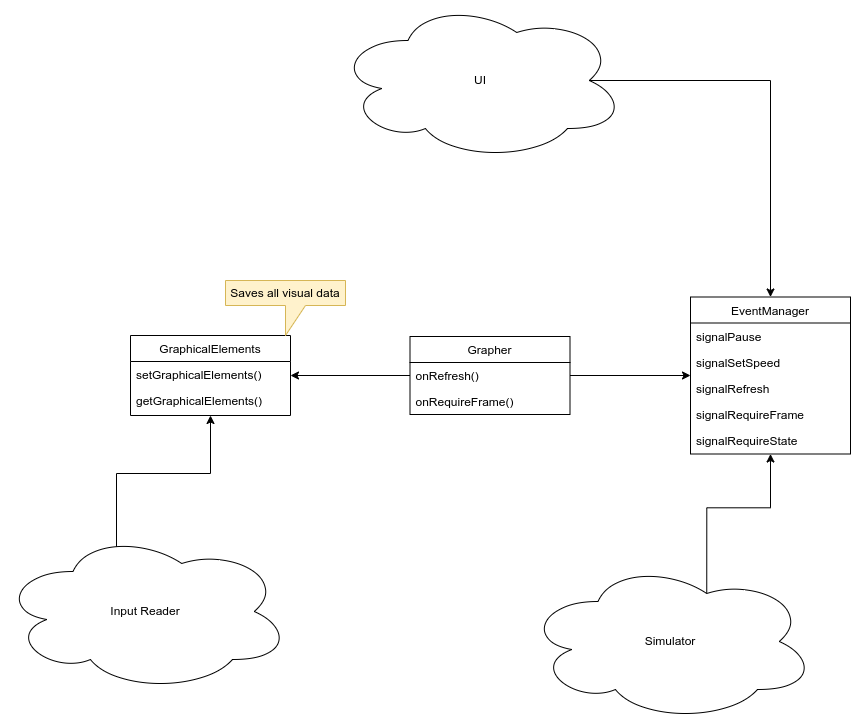
The draw.io diagram design/diagrams/class/grapher class diagram.png in EmmanuelMess/ConstraintBasedSimulator, before a commit. Source tidied: cells renumbered, new cells last; positions are measured from the earlier drawing's top-left corner, leaving out a move shared by most shapes.
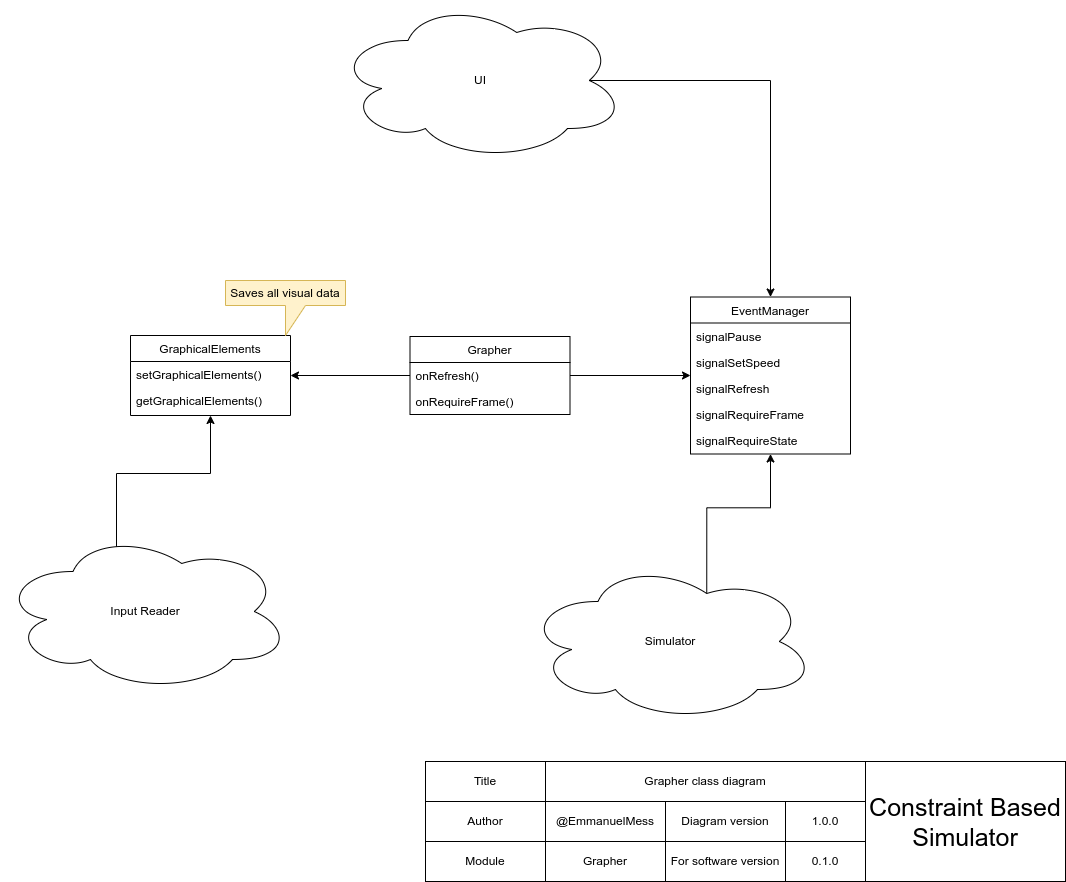
After the commit.

Diff of the diagram source:
```diff
@@ -65,5 +65,38 @@
     <mxCell id="22" value="Saves all visual data" style="shape=callout;whiteSpace=wrap;html=1;perimeter=calloutPerimeter;fillColor=#fff2cc;strokeColor=#d6b656;" parent="1" vertex="1">
       <mxGeometry x="225" y="280" width="120" height="55" as="geometry" />
     </mxCell>
+    <mxCell id="23" value="Title" style="rounded=0;whiteSpace=wrap;html=1;" parent="1" vertex="1">
+      <mxGeometry x="425" y="761" width="120" height="40" as="geometry" />
+    </mxCell>
+    <mxCell id="24" value="Grapher class diagram" style="rounded=0;whiteSpace=wrap;html=1;" parent="1" vertex="1">
+      <mxGeometry x="545" y="761" width="320" height="40" as="geometry" />
+    </mxCell>
+    <mxCell id="25" value="Module" style="rounded=0;whiteSpace=wrap;html=1;" parent="1" vertex="1">
+      <mxGeometry x="425" y="841" width="120" height="40" as="geometry" />
+    </mxCell>
+    <mxCell id="26" value="Author" style="rounded=0;whiteSpace=wrap;html=1;" parent="1" vertex="1">
+      <mxGeometry x="425" y="801" width="120" height="40" as="geometry" />
+    </mxCell>
+    <mxCell id="27" value="@EmmanuelMess" style="rounded=0;whiteSpace=wrap;html=1;" parent="1" vertex="1">
+      <mxGeometry x="545" y="801" width="120" height="40" as="geometry" />
+    </mxCell>
+    <mxCell id="28" value="Grapher" style="rounded=0;whiteSpace=wrap;html=1;" parent="1" vertex="1">
+      <mxGeometry x="545" y="841" width="120" height="40" as="geometry" />
+    </mxCell>
+    <mxCell id="29" value="Diagram version" style="rounded=0;whiteSpace=wrap;html=1;" parent="1" vertex="1">
+      <mxGeometry x="665" y="801" width="120" height="40" as="geometry" />
+    </mxCell>
+    <mxCell id="30" value="&lt;font style=&quot;font-size: 25px;&quot;&gt;Constraint Based Simulator&lt;/font&gt;" style="rounded=0;whiteSpace=wrap;html=1;" parent="1" vertex="1">
+      <mxGeometry x="865" y="761" width="200" height="120" as="geometry" />
+    </mxCell>
+    <mxCell id="31" value="1.0.0" style="rounded=0;whiteSpace=wrap;html=1;" parent="1" vertex="1">
+      <mxGeometry x="785" y="801" width="80" height="40" as="geometry" />
+    </mxCell>
+    <mxCell id="32" value="For software version" style="rounded=0;whiteSpace=wrap;html=1;" parent="1" vertex="1">
+      <mxGeometry x="665" y="841" width="120" height="40" as="geometry" />
+    </mxCell>
+    <mxCell id="33" value="0.1.0" style="rounded=0;whiteSpace=wrap;html=1;" parent="1" vertex="1">
+      <mxGeometry x="785" y="841" width="80" height="40" as="geometry" />
+    </mxCell>
   </root>
 </mxGraphModel>
```
